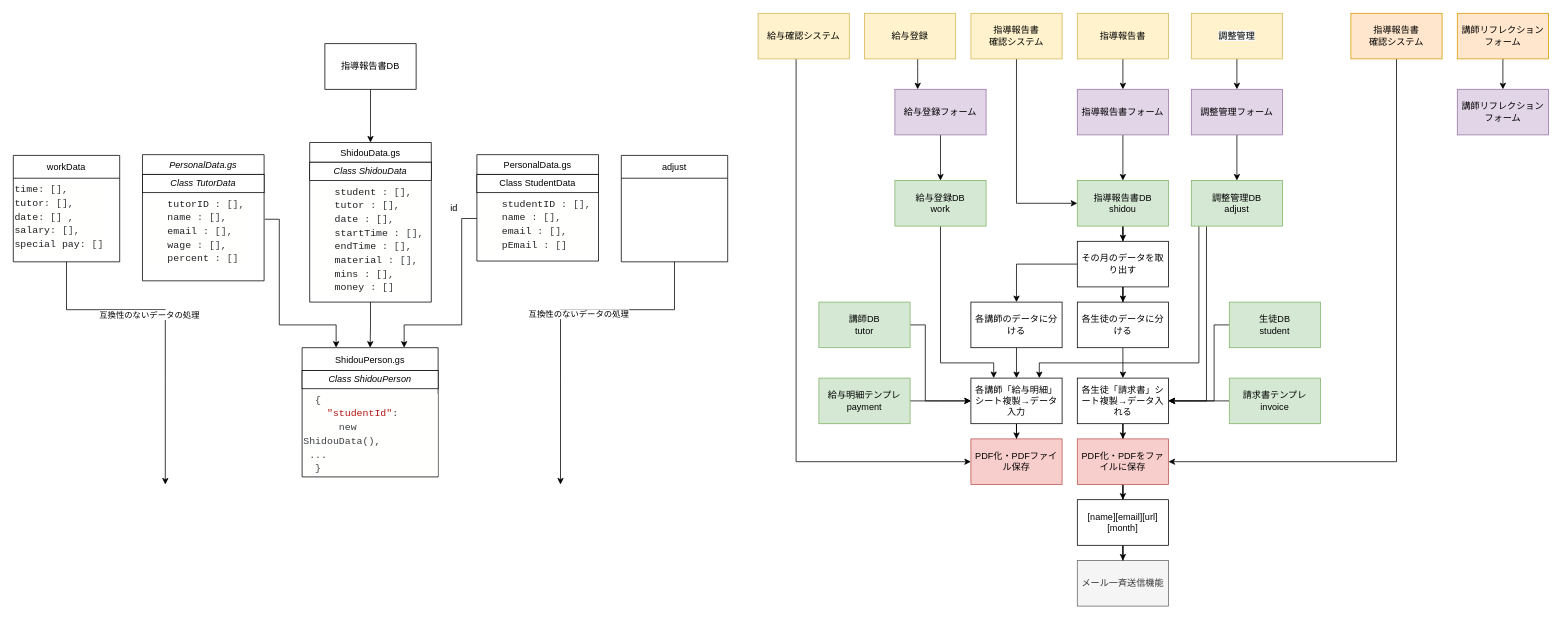
ShutaShibue/viasta keeps this draw.io diagram as System Diagram.drawio. Above is the earlier version. Source tidied: cells renumbered, new cells numbered last; positions are measured from the earlier drawing's top-left corner, leaving out a move shared by most shapes. Both pictures are drawn from the tidied source at 76%, with x=0, y=0 at pixel (13, 13).
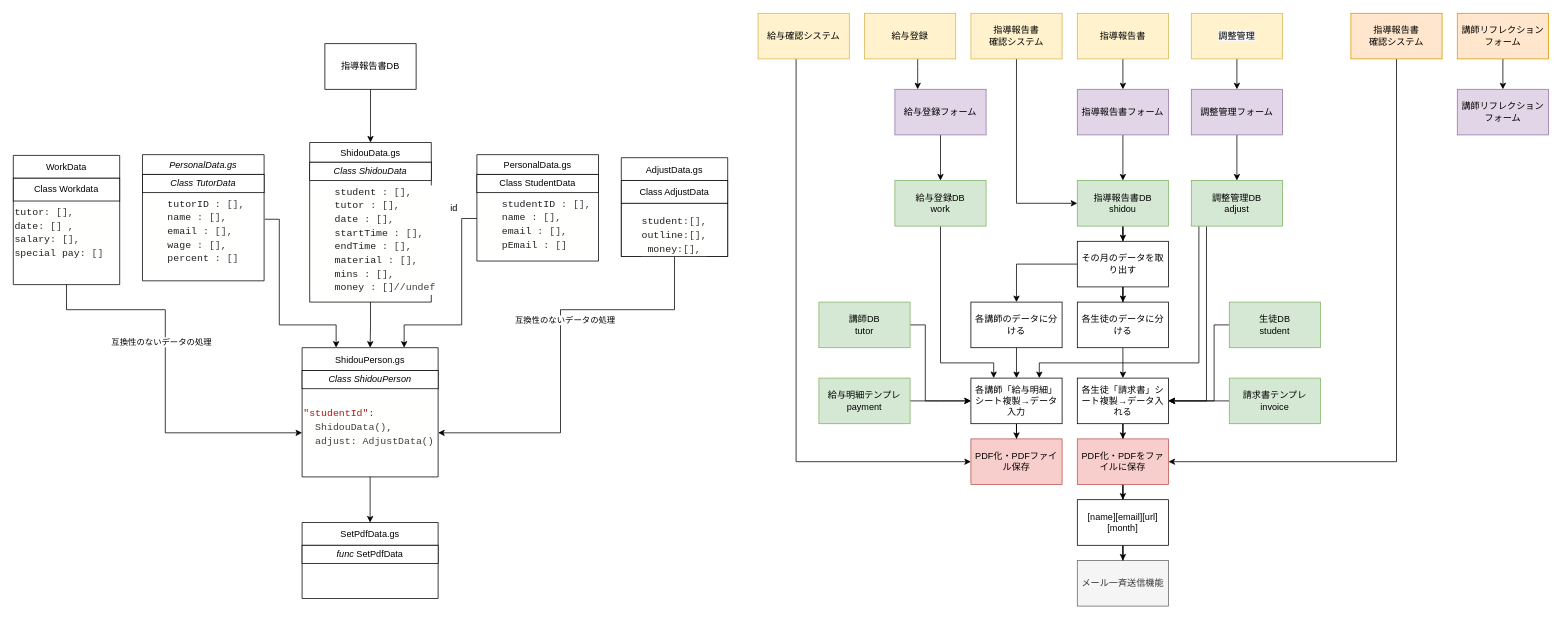
Above is the later version.

Commit message (it also covers changes not shown here):
added Adjust, Work class

Unchanged cells that the change refers to:
```xml
<mxCell id="8" value="ShidouData.gs" style="swimlane;fontStyle=0;align=center;verticalAlign=top;horizontal=1;startSize=26;rounded=0;shadow=0;strokeWidth=1;" parent="1" vertex="1">
  <mxGeometry x="390" y="170" width="160" height="210" as="geometry" />
</mxCell>
<mxCell id="11" value="ShidouPerson.gs" style="swimlane;fontStyle=0;horizontal=1;startSize=30;" parent="1" vertex="1">
  <mxGeometry x="380" y="440" width="179" height="170" as="geometry" />
</mxCell>
```

The edit, as a diff of the source:
```diff
@@
-    <mxCell id="10" value="&lt;div style=&quot;color: rgb(60, 64, 67); background-color: rgb(255, 255, 254); font-family: &amp;quot;roboto mono&amp;quot;, consolas, &amp;quot;courier new&amp;quot;, monospace; font-weight: 400; font-size: 13px; line-height: 18px;&quot;&gt;&lt;div&gt;&lt;span style=&quot;color: #3c4043&quot;&gt;&amp;nbsp;&amp;nbsp;&amp;nbsp;&amp;nbsp;&lt;/span&gt;&lt;span style=&quot;color: #202124&quot;&gt;student&lt;/span&gt;&lt;span style=&quot;color: #3c4043&quot;&gt;&amp;nbsp;:&amp;nbsp;[],&lt;/span&gt;&lt;/div&gt;&lt;div&gt;&lt;span style=&quot;color: #3c4043&quot;&gt;&amp;nbsp;&amp;nbsp;&amp;nbsp;&amp;nbsp;&lt;/span&gt;&lt;span style=&quot;color: #202124&quot;&gt;tutor&lt;/span&gt;&lt;span style=&quot;color: #3c4043&quot;&gt;&amp;nbsp;:&amp;nbsp;[],&lt;/span&gt;&lt;/div&gt;&lt;div&gt;&lt;span style=&quot;color: #3c4043&quot;&gt;&amp;nbsp;&amp;nbsp;&amp;nbsp;&amp;nbsp;&lt;/span&gt;&lt;span style=&quot;color: #202124&quot;&gt;date&lt;/span&gt;&lt;span style=&quot;color: #3c4043&quot;&gt;&amp;nbsp;:&amp;nbsp;[],&lt;/span&gt;&lt;/div&gt;&lt;div&gt;&lt;span style=&quot;color: #3c4043&quot;&gt;&amp;nbsp;&amp;nbsp;&amp;nbsp;&amp;nbsp;&lt;/span&gt;&lt;span style=&quot;color: #202124&quot;&gt;startTime&lt;/span&gt;&lt;span style=&quot;color: #3c4043&quot;&gt;&amp;nbsp;:&amp;nbsp;[],&lt;/span&gt;&lt;/div&gt;&lt;div&gt;&lt;span style=&quot;color: #3c4043&quot;&gt;&amp;nbsp;&amp;nbsp;&amp;nbsp;&amp;nbsp;&lt;/span&gt;&lt;span style=&quot;color: #202124&quot;&gt;endTime&lt;/span&gt;&lt;span style=&quot;color: #3c4043&quot;&gt;&amp;nbsp;:&amp;nbsp;[],&lt;/span&gt;&lt;/div&gt;&lt;div&gt;&lt;span style=&quot;color: #3c4043&quot;&gt;&amp;nbsp;&amp;nbsp;&amp;nbsp;&amp;nbsp;&lt;/span&gt;&lt;span style=&quot;color: #202124&quot;&gt;material&lt;/span&gt;&lt;span style=&quot;color: #3c4043&quot;&gt;&amp;nbsp;:&amp;nbsp;[],&lt;/span&gt;&lt;/div&gt;&lt;div&gt;&lt;span style=&quot;color: #3c4043&quot;&gt;&amp;nbsp;&amp;nbsp;&amp;nbsp;&amp;nbsp;&lt;/span&gt;&lt;span style=&quot;color: #202124&quot;&gt;mins&lt;/span&gt;&lt;span style=&quot;color: #3c4043&quot;&gt;&amp;nbsp;:&amp;nbsp;[],&lt;/span&gt;&lt;/div&gt;&lt;div&gt;&lt;span style=&quot;color: #3c4043&quot;&gt;&amp;nbsp;&amp;nbsp;&amp;nbsp;&amp;nbsp;&lt;/span&gt;&lt;span style=&quot;color: #202124&quot;&gt;money&lt;/span&gt;&lt;span style=&quot;color: #3c4043&quot;&gt;&amp;nbsp;:&amp;nbsp;[]&lt;/span&gt;&lt;/div&gt;&lt;/div&gt;" style="text;whiteSpace=wrap;html=1;" parent="8" vertex="1">
+    <mxCell id="10" value="&lt;div style=&quot;color: rgb(60 , 64 , 67) ; background-color: rgb(255 , 255 , 254) ; font-family: &amp;#34;roboto mono&amp;#34; , &amp;#34;consolas&amp;#34; , &amp;#34;courier new&amp;#34; , monospace ; font-weight: 400 ; font-size: 13px ; line-height: 18px&quot;&gt;&lt;div&gt;&lt;span style=&quot;color: #3c4043&quot;&gt;&amp;nbsp;&amp;nbsp;&amp;nbsp;&amp;nbsp;&lt;/span&gt;&lt;span style=&quot;color: #202124&quot;&gt;student&lt;/span&gt;&lt;span style=&quot;color: #3c4043&quot;&gt;&amp;nbsp;:&amp;nbsp;[],&lt;/span&gt;&lt;/div&gt;&lt;div&gt;&lt;span style=&quot;color: #3c4043&quot;&gt;&amp;nbsp;&amp;nbsp;&amp;nbsp;&amp;nbsp;&lt;/span&gt;&lt;span style=&quot;color: #202124&quot;&gt;tutor&lt;/span&gt;&lt;span style=&quot;color: #3c4043&quot;&gt;&amp;nbsp;:&amp;nbsp;[],&lt;/span&gt;&lt;/div&gt;&lt;div&gt;&lt;span style=&quot;color: #3c4043&quot;&gt;&amp;nbsp;&amp;nbsp;&amp;nbsp;&amp;nbsp;&lt;/span&gt;&lt;span style=&quot;color: #202124&quot;&gt;date&lt;/span&gt;&lt;span style=&quot;color: #3c4043&quot;&gt;&amp;nbsp;:&amp;nbsp;[],&lt;/span&gt;&lt;/div&gt;&lt;div&gt;&lt;span style=&quot;color: #3c4043&quot;&gt;&amp;nbsp;&amp;nbsp;&amp;nbsp;&amp;nbsp;&lt;/span&gt;&lt;span style=&quot;color: #202124&quot;&gt;startTime&lt;/span&gt;&lt;span style=&quot;color: #3c4043&quot;&gt;&amp;nbsp;:&amp;nbsp;[],&lt;/span&gt;&lt;/div&gt;&lt;div&gt;&lt;span style=&quot;color: #3c4043&quot;&gt;&amp;nbsp;&amp;nbsp;&amp;nbsp;&amp;nbsp;&lt;/span&gt;&lt;span style=&quot;color: #202124&quot;&gt;endTime&lt;/span&gt;&lt;span style=&quot;color: #3c4043&quot;&gt;&amp;nbsp;:&amp;nbsp;[],&lt;/span&gt;&lt;/div&gt;&lt;div&gt;&lt;span style=&quot;color: #3c4043&quot;&gt;&amp;nbsp;&amp;nbsp;&amp;nbsp;&amp;nbsp;&lt;/span&gt;&lt;span style=&quot;color: #202124&quot;&gt;material&lt;/span&gt;&lt;span style=&quot;color: #3c4043&quot;&gt;&amp;nbsp;:&amp;nbsp;[],&lt;/span&gt;&lt;/div&gt;&lt;div&gt;&lt;span style=&quot;color: #3c4043&quot;&gt;&amp;nbsp;&amp;nbsp;&amp;nbsp;&amp;nbsp;&lt;/span&gt;&lt;span style=&quot;color: #202124&quot;&gt;mins&lt;/span&gt;&lt;span style=&quot;color: #3c4043&quot;&gt;&amp;nbsp;:&amp;nbsp;[],&lt;/span&gt;&lt;/div&gt;&lt;div&gt;&lt;span style=&quot;color: #3c4043&quot;&gt;&amp;nbsp;&amp;nbsp;&amp;nbsp;&amp;nbsp;&lt;/span&gt;&lt;span style=&quot;color: #202124&quot;&gt;money&lt;/span&gt;&lt;span style=&quot;color: #3c4043&quot;&gt;&amp;nbsp;:&amp;nbsp;[]//undef&lt;/span&gt;&lt;/div&gt;&lt;/div&gt;" style="text;whiteSpace=wrap;html=1;" parent="8" vertex="1">
       <mxGeometry y="50" width="160" height="160" as="geometry" />
     </mxCell>
@@
-    <mxCell id="13" value="&lt;div style=&quot;color: rgb(60 , 64 , 67) ; background-color: rgb(255 , 255 , 254) ; font-family: &amp;#34;roboto mono&amp;#34; , &amp;#34;consolas&amp;#34; , &amp;#34;courier new&amp;#34; , monospace ; font-weight: 400 ; font-size: 13px ; line-height: 18px&quot;&gt;&lt;div&gt;&lt;span style=&quot;color: #3c4043&quot;&gt;&amp;nbsp;&amp;nbsp;{&lt;/span&gt;&lt;/div&gt;&lt;div&gt;&lt;span style=&quot;color: #3c4043&quot;&gt;&amp;nbsp;&amp;nbsp;&amp;nbsp;&amp;nbsp;&lt;/span&gt;&lt;span style=&quot;color: #b31412&quot;&gt;&quot;studentId&quot;&lt;/span&gt;&lt;span style=&quot;color: #3c4043&quot;&gt;:&lt;/span&gt;&lt;/div&gt;&lt;div&gt;&lt;span style=&quot;color: #3c4043&quot;&gt;&amp;nbsp; &amp;nbsp; &amp;nbsp; new ShidouData(),&lt;/span&gt;&lt;/div&gt;&lt;div&gt;&lt;span style=&quot;color: #3c4043&quot;&gt;&lt;span style=&quot;white-space: pre&quot;&gt; &lt;/span&gt;...&lt;/span&gt;&lt;/div&gt;&lt;div&gt;&lt;span style=&quot;color: #3c4043&quot;&gt;&amp;nbsp;&amp;nbsp;}&lt;/span&gt;&lt;/div&gt;&lt;/div&gt;" style="text;whiteSpace=wrap;html=1;" parent="11" vertex="1">
+    <mxCell id="13" value="&lt;div style=&quot;color: rgb(60 , 64 , 67) ; background-color: rgb(255 , 255 , 254) ; font-family: &amp;#34;roboto mono&amp;#34; , &amp;#34;consolas&amp;#34; , &amp;#34;courier new&amp;#34; , monospace ; font-weight: 400 ; font-size: 13px ; line-height: 18px&quot;&gt;&lt;div&gt;&lt;br&gt;&lt;/div&gt;&lt;div&gt;&lt;span style=&quot;color: #b31412&quot;&gt;&quot;studentId&quot;&lt;/span&gt;&lt;span style=&quot;color: #3c4043&quot;&gt;:&lt;/span&gt;&lt;/div&gt;&lt;div&gt;&amp;nbsp; ShidouData(),&lt;/div&gt;&lt;div&gt;&amp;nbsp; adjust: AdjustData()&lt;/div&gt;&lt;/div&gt;" style="text;whiteSpace=wrap;html=1;" parent="11" vertex="1">
       <mxGeometry y="54" width="179" height="116" as="geometry" />
     </mxCell>
@@
-    <mxCell id="18" value="workData" style="swimlane;fontStyle=0;horizontal=1;startSize=30;" parent="1" vertex="1">
-      <mxGeometry y="187" width="140" height="140" as="geometry" />
+    <mxCell id="18" value="WorkData" style="swimlane;fontStyle=0;horizontal=1;startSize=30;" parent="1" vertex="1">
+      <mxGeometry y="187" width="140" height="170" as="geometry" />
     </mxCell>
+    <mxCell id="80" value="Class Workdata" style="whiteSpace=wrap;html=1;" parent="18" vertex="1">
+      <mxGeometry y="30" width="140" height="30" as="geometry" />
+    </mxCell>
-    <mxCell id="19" value="&lt;div style=&quot;color: rgb(60, 64, 67); background-color: rgb(255, 255, 254); font-family: &amp;quot;roboto mono&amp;quot;, consolas, &amp;quot;courier new&amp;quot;, monospace; font-weight: 400; font-size: 13px; line-height: 18px;&quot;&gt;&lt;div&gt;&lt;span style=&quot;color: #202124&quot;&gt;time&lt;/span&gt;&lt;span style=&quot;color: #3c4043&quot;&gt;:&amp;nbsp;[],&lt;/span&gt;&lt;/div&gt;&lt;div&gt;&lt;span style=&quot;color: #202124&quot;&gt;tutor&lt;/span&gt;&lt;span style=&quot;color: #3c4043&quot;&gt;:&amp;nbsp;[],&lt;/span&gt;&lt;/div&gt;&lt;div&gt;&lt;span style=&quot;color: #202124&quot;&gt;date&lt;/span&gt;&lt;span style=&quot;color: #3c4043&quot;&gt;:&amp;nbsp;[]&amp;nbsp;,&lt;/span&gt;&lt;/div&gt;&lt;div&gt;&lt;span style=&quot;color: #202124&quot;&gt;salary&lt;/span&gt;&lt;span style=&quot;color: #3c4043&quot;&gt;:&amp;nbsp;[],&lt;/span&gt;&lt;/div&gt;&lt;div&gt;&lt;span style=&quot;color: #202124&quot;&gt;special&lt;/span&gt;&lt;span style=&quot;color: #3c4043&quot;&gt;&amp;nbsp;&lt;/span&gt;&lt;span style=&quot;color: #202124&quot;&gt;pay&lt;/span&gt;&lt;span style=&quot;color: #3c4043&quot;&gt;:&amp;nbsp;[]&lt;/span&gt;&lt;/div&gt;&lt;/div&gt;" style="text;whiteSpace=wrap;html=1;" parent="18" vertex="1">
-      <mxGeometry y="30" width="140" height="110" as="geometry" />
+    <mxCell id="19" value="&lt;div style=&quot;color: rgb(60 , 64 , 67) ; background-color: rgb(255 , 255 , 254) ; font-family: &amp;#34;roboto mono&amp;#34; , &amp;#34;consolas&amp;#34; , &amp;#34;courier new&amp;#34; , monospace ; font-weight: 400 ; font-size: 13px ; line-height: 18px&quot;&gt;&lt;div&gt;&lt;span style=&quot;color: rgb(32 , 33 , 36)&quot;&gt;tutor&lt;/span&gt;:&amp;nbsp;[],&lt;br&gt;&lt;/div&gt;&lt;div&gt;&lt;span style=&quot;color: #202124&quot;&gt;date&lt;/span&gt;&lt;span style=&quot;color: #3c4043&quot;&gt;:&amp;nbsp;[]&amp;nbsp;,&lt;/span&gt;&lt;/div&gt;&lt;div&gt;&lt;span style=&quot;color: #202124&quot;&gt;salary&lt;/span&gt;&lt;span style=&quot;color: #3c4043&quot;&gt;:&amp;nbsp;[],&lt;/span&gt;&lt;/div&gt;&lt;div&gt;&lt;span style=&quot;color: #202124&quot;&gt;special&lt;/span&gt;&lt;span style=&quot;color: #3c4043&quot;&gt;&amp;nbsp;&lt;/span&gt;&lt;span style=&quot;color: #202124&quot;&gt;pay&lt;/span&gt;&lt;span style=&quot;color: #3c4043&quot;&gt;:&amp;nbsp;[]&lt;/span&gt;&lt;/div&gt;&lt;/div&gt;" style="text;whiteSpace=wrap;html=1;" parent="18" vertex="1">
+      <mxGeometry y="60" width="140" height="110" as="geometry" />
     </mxCell>
@@
-    <mxCell id="73" style="edgeStyle=orthogonalEdgeStyle;rounded=0;jettySize=auto;html=1;" parent="1" edge="1" source="75">
+    <mxCell id="73" style="edgeStyle=orthogonalEdgeStyle;rounded=0;jettySize=auto;html=1;entryX=1;entryY=0.5;entryDx=0;entryDy=0;exitX=0.5;exitY=1;exitDx=0;exitDy=0;" parent="1" edge="1" source="87" target="13">
       <mxGeometry relative="1" as="geometry">
-        <mxPoint x="720" y="620" as="targetPoint" />
         <Array as="points">
           <mxPoint x="870" y="390" />
           <mxPoint x="720" y="390" />
-          <mxPoint x="720" y="480" />
+          <mxPoint x="720" y="552" />
         </Array>
       </mxGeometry>
     </mxCell>
@@
-    <mxCell id="75" value="adjust" style="swimlane;fontStyle=0;horizontal=1;startSize=30;" parent="1" vertex="1">
-      <mxGeometry x="800" y="187" width="140" height="140" as="geometry" />
-    </mxCell>
-    <mxCell id="76" style="edgeStyle=orthogonalEdgeStyle;rounded=0;jettySize=auto;html=1;" parent="1" edge="1" source="19">
+    <mxCell id="76" style="edgeStyle=orthogonalEdgeStyle;rounded=0;jettySize=auto;html=1;entryX=0;entryY=0.5;entryDx=0;entryDy=0;" parent="1" edge="1" source="19" target="13">
       <mxGeometry relative="1" as="geometry">
-        <mxPoint x="200" y="620" as="targetPoint" />
         <Array as="points">
           <mxPoint x="70" y="390" />
           <mxPoint x="200" y="390" />
-          <mxPoint x="200" y="480" />
+          <mxPoint x="200" y="552" />
         </Array>
       </mxGeometry>
     </mxCell>
@@
+    <mxCell id="81" style="edgeStyle=none;html=1;" parent="1" edge="1" source="13">
+      <mxGeometry relative="1" as="geometry">
+        <mxPoint x="469.5" y="670" as="targetPoint" />
+      </mxGeometry>
+    </mxCell>
+    <mxCell id="82" value="SetPdfData.gs" style="swimlane;fontStyle=0;horizontal=1;startSize=30;" parent="1" vertex="1">
+      <mxGeometry x="380" y="670" width="179" height="100" as="geometry" />
+    </mxCell>
+    <mxCell id="83" value="&lt;span style=&quot;font-style: italic&quot;&gt;func&amp;nbsp;&lt;/span&gt;&lt;span&gt;SetPdfData&lt;/span&gt;" style="whiteSpace=wrap;html=1;" parent="82" vertex="1">
+      <mxGeometry y="30" width="179" height="24" as="geometry" />
+    </mxCell>
+    <mxCell id="84" value="&lt;div style=&quot;color: rgb(60 , 64 , 67) ; background-color: rgb(255 , 255 , 254) ; font-family: &amp;#34;roboto mono&amp;#34; , &amp;#34;consolas&amp;#34; , &amp;#34;courier new&amp;#34; , monospace ; font-weight: 400 ; font-size: 13px ; line-height: 18px&quot;&gt;&lt;br&gt;&lt;/div&gt;" style="text;whiteSpace=wrap;html=1;" parent="82" vertex="1">
+      <mxGeometry y="54" width="179" height="46" as="geometry" />
+    </mxCell>
+    <mxCell id="85" value="AdjustData.gs" style="swimlane;fontStyle=0;horizontal=1;startSize=30;" parent="1" vertex="1">
+      <mxGeometry x="800" y="190" width="140" height="130" as="geometry" />
+    </mxCell>
+    <mxCell id="86" value="Class AdjustData" style="whiteSpace=wrap;html=1;" parent="85" vertex="1">
+      <mxGeometry y="30" width="140" height="30" as="geometry" />
+    </mxCell>
+    <mxCell id="87" value="&lt;br&gt;&lt;br&gt;&lt;div style=&quot;color: rgb(60 , 64 , 67) ; background-color: rgb(255 , 255 , 254) ; font-family: &amp;#34;roboto mono&amp;#34; , &amp;#34;consolas&amp;#34; , &amp;#34;courier new&amp;#34; , monospace ; font-weight: 400 ; font-size: 13px ; line-height: 18px&quot;&gt;&lt;div&gt;&lt;span style=&quot;color: rgb(32 , 33 , 36)&quot;&gt;student&lt;/span&gt;:[],&lt;br&gt;&lt;/div&gt;&lt;div&gt;&lt;span style=&quot;color: #202124&quot;&gt;outline&lt;/span&gt;&lt;span style=&quot;color: #3c4043&quot;&gt;:[],&lt;/span&gt;&lt;/div&gt;&lt;div&gt;&lt;span style=&quot;color: #202124&quot;&gt;money&lt;/span&gt;&lt;span style=&quot;color: #3c4043&quot;&gt;:[],&lt;/span&gt;&lt;/div&gt;&lt;/div&gt;&lt;br&gt;" style="whiteSpace=wrap;html=1;" parent="85" vertex="1">
+      <mxGeometry y="60" width="140" height="70" as="geometry" />
+    </mxCell>
```
